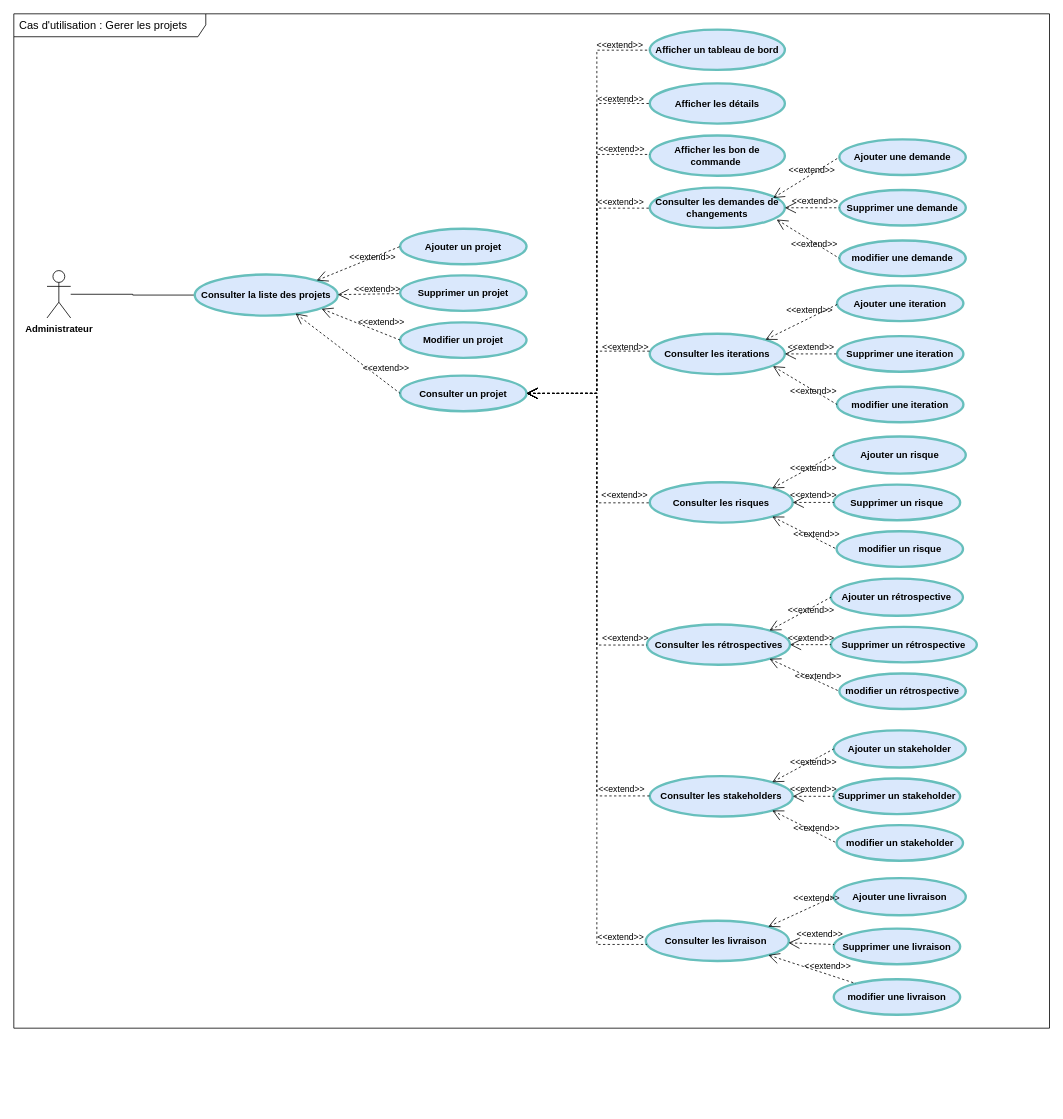
ZidiMedAmine/UML keeps this draw.io diagram as Project Use Case.drawio. Above is the earlier version. Source tidied: cells renumbered, new cells numbered last; positions are measured from the earlier drawing's top-left corner, leaving out a move shared by most shapes. Both pictures are drawn from the tidied source at 79%, with x=0, y=0 at pixel (13, 13).
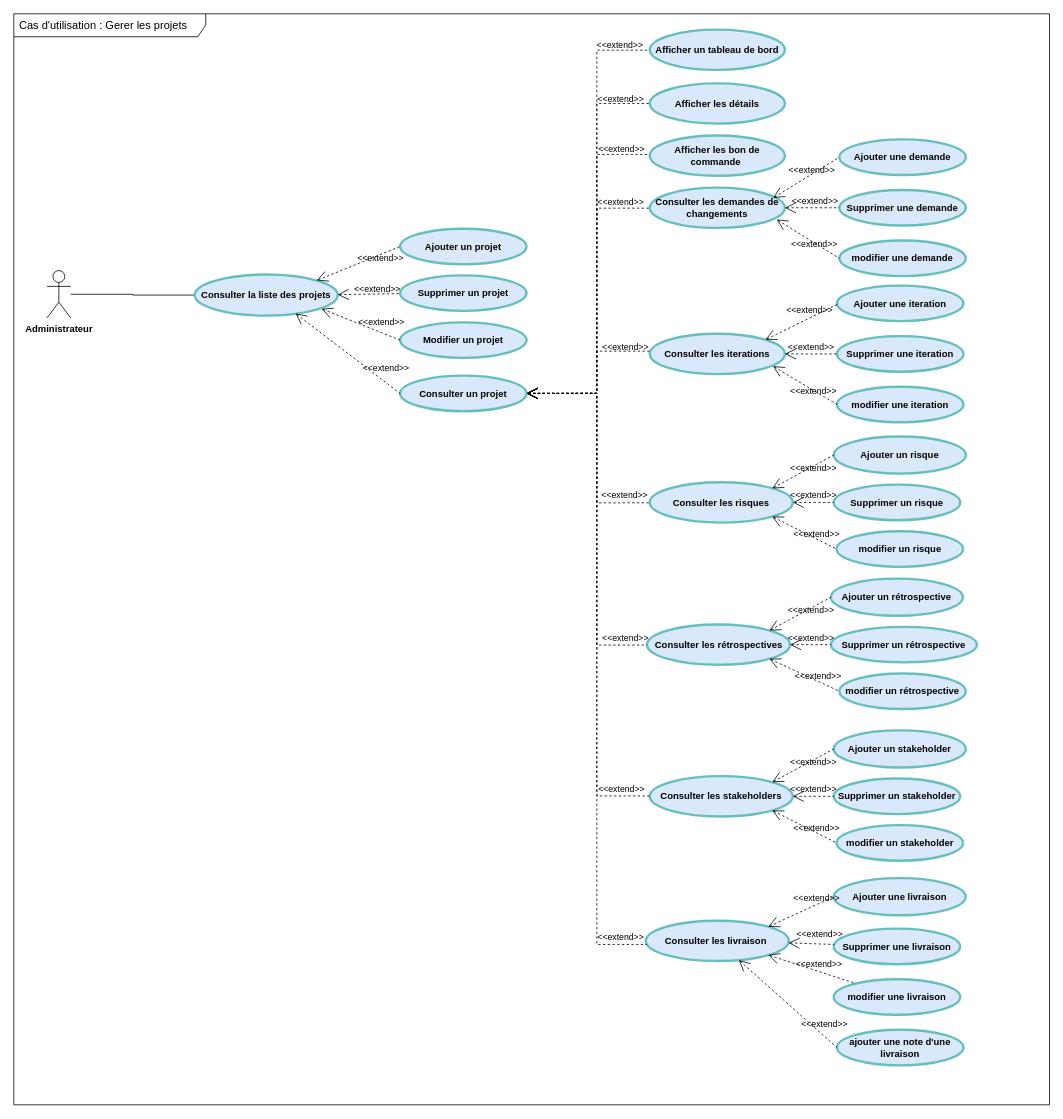
After the change.

Unchanged cells that the change refers to:
```xml
<mxCell id="5" value="Consulter les livraison&amp;nbsp;" style="shape=ellipse;html=1;strokeWidth=3;fontStyle=1;whiteSpace=wrap;align=center;perimeter=ellipsePerimeter;fillColor=#dae8fc;strokeColor=#67BFBC;" parent="1" vertex="1">
  <mxGeometry x="800" y="1148" width="181" height="51" as="geometry" />
</mxCell>
<mxCell id="8" value="modifier une livraison" style="shape=ellipse;html=1;strokeWidth=3;fontStyle=1;whiteSpace=wrap;align=center;perimeter=ellipsePerimeter;fillColor=#dae8fc;strokeColor=#67BFBC;" parent="1" vertex="1">
  <mxGeometry x="1037.9" y="1222" width="160" height="45" as="geometry" />
</mxCell>
<mxCell id="12" value="Consulter la liste des projets" style="shape=ellipse;html=1;strokeWidth=3;fontStyle=1;whiteSpace=wrap;align=center;perimeter=ellipsePerimeter;fillColor=#dae8fc;strokeColor=#67BFBC;" parent="1" vertex="1">
  <mxGeometry x="229" y="330" width="181" height="52" as="geometry" />
</mxCell>
<mxCell id="13" value="Ajouter un projet" style="shape=ellipse;html=1;strokeWidth=3;fontStyle=1;whiteSpace=wrap;align=center;perimeter=ellipsePerimeter;fillColor=#dae8fc;strokeColor=#67BFBC;" parent="1" vertex="1">
  <mxGeometry x="489" y="272" width="160" height="45" as="geometry" />
</mxCell>
```

The edit, as a diff of the source:
```diff
@@
     <mxCell id="2" value="&lt;div style=&quot;text-align: center&quot;&gt;&lt;span&gt;Cas d'utilisation : Gerer les projets&lt;/span&gt;&lt;/div&gt;" style="shape=umlFrame;tabPosition=left;html=1;boundedLbl=1;labelInHeader=1;width=243;height=29;swimlaneFillColor=#ffffff;align=left;spacingLeft=5;fontSize=14;" parent="1" vertex="1">
-      <mxGeometry width="1311" height="1284" as="geometry" />
+      <mxGeometry width="1311" height="1381" as="geometry" />
     </mxCell>
@@
     <mxCell id="11" value="&amp;lt;&amp;lt;extend&amp;gt;&amp;gt;" style="edgeStyle=none;html=1;startArrow=open;endArrow=none;startSize=12;verticalAlign=bottom;dashed=1;labelBackgroundColor=none;rounded=0;exitX=1;exitY=1;exitDx=0;exitDy=0;" parent="1" edge="1" source="5" target="8">
-      <mxGeometry x="0.34" y="2" relative="1" as="geometry" />
+      <mxGeometry x="0.15" relative="1" as="geometry" />
     </mxCell>
@@
     <mxCell id="16" value="&amp;lt;&amp;lt;extend&amp;gt;&amp;gt;" style="edgeStyle=none;html=1;startArrow=open;endArrow=none;startSize=12;verticalAlign=bottom;dashed=1;labelBackgroundColor=none;rounded=0;entryX=0;entryY=0.5;entryDx=0;entryDy=0;exitX=1;exitY=0;exitDx=0;exitDy=0;" parent="1" edge="1" source="12" target="13">
-      <mxGeometry x="0.28" y="-8" relative="1" as="geometry" />
+      <mxGeometry x="0.43" y="-13" relative="1" as="geometry" />
     </mxCell>
@@
+    <mxCell id="68" value="ajouter une note d'une livraison" style="shape=ellipse;html=1;strokeWidth=3;fontStyle=1;whiteSpace=wrap;align=center;perimeter=ellipsePerimeter;fillColor=#dae8fc;strokeColor=#67BFBC;" parent="1" vertex="1">
+      <mxGeometry x="1042" y="1286" width="160" height="45" as="geometry" />
+    </mxCell>
+    <mxCell id="69" value="&amp;lt;&amp;lt;extend&amp;gt;&amp;gt;" style="edgeStyle=none;html=1;startArrow=open;endArrow=none;startSize=12;verticalAlign=bottom;dashed=1;labelBackgroundColor=none;rounded=0;entryX=0;entryY=0.5;entryDx=0;entryDy=0;" parent="1" edge="1" source="5" target="68">
+      <mxGeometry x="0.7" y="5" relative="1" as="geometry" />
+    </mxCell>
```
